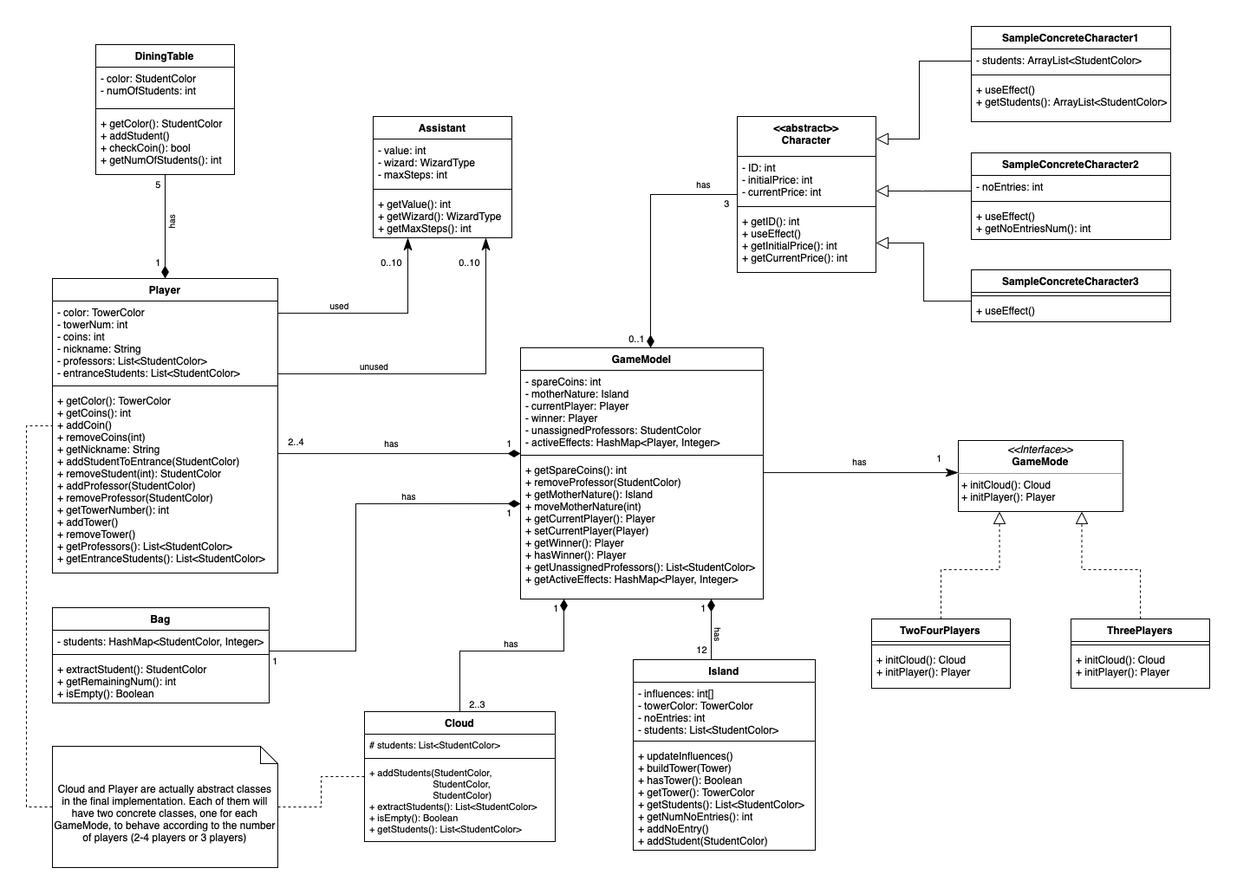
Dodo0303/ing-sw-2022-Liu-Nobile-Paloscia keeps this draw.io diagram as deliveries/initial_uml.png. Above is the earlier version. Source tidied: cells renumbered, new cells last; positions are measured from the earlier drawing's top-left corner, leaving out a move shared by most shapes.
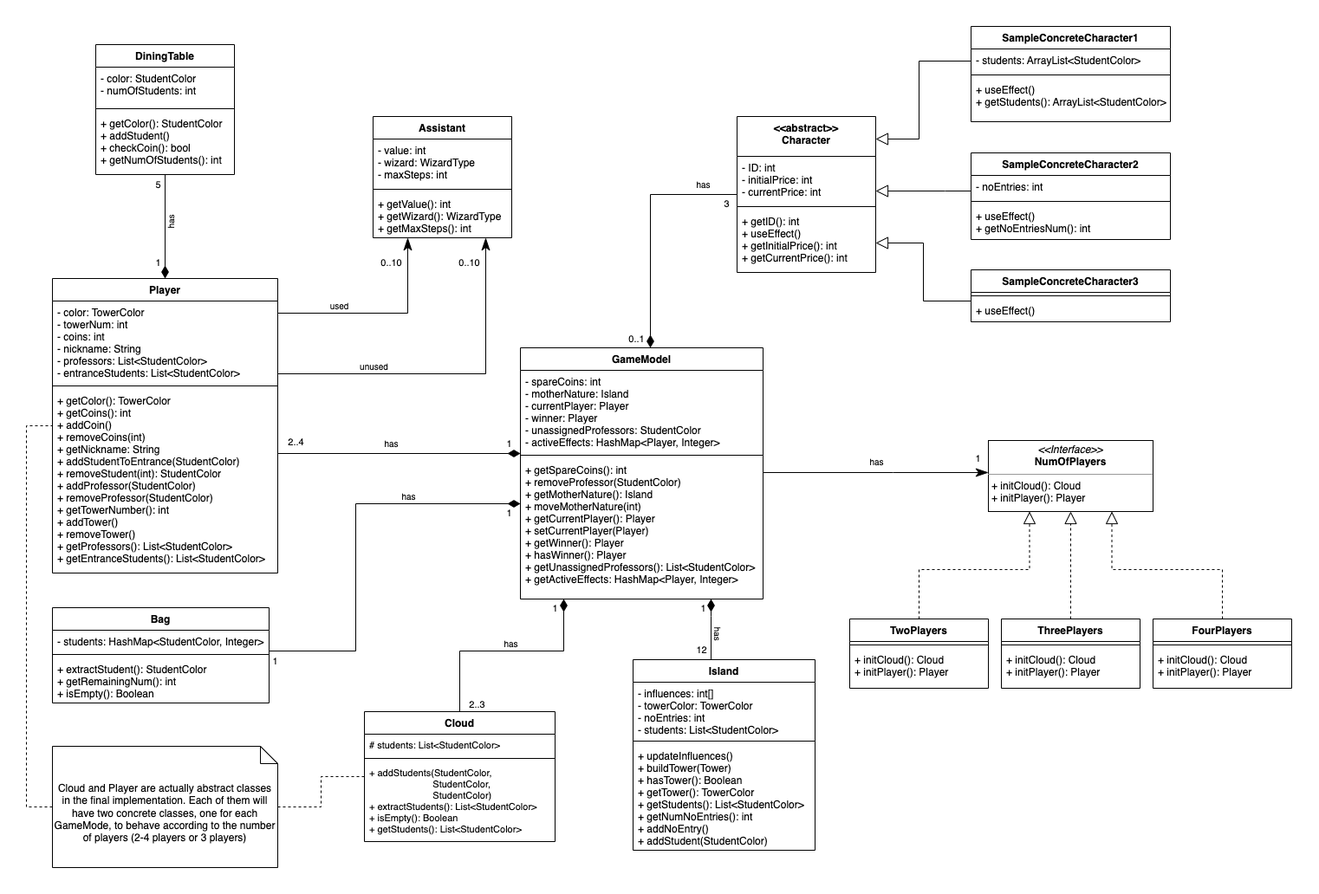
Above is the later version.

Diff of the diagram source:
```diff
@@ -137,14 +137,14 @@
         </Array>
       </mxGeometry>
     </mxCell>
-    <mxCell id="35" value="&lt;p style=&quot;margin: 0px ; margin-top: 4px ; text-align: center&quot;&gt;&lt;i&gt;&amp;lt;&amp;lt;Interface&amp;gt;&amp;gt;&lt;/i&gt;&lt;br&gt;&lt;b&gt;GameMode&lt;/b&gt;&lt;/p&gt;&lt;hr size=&quot;1&quot;&gt;&lt;p style=&quot;margin: 0px ; margin-left: 4px&quot;&gt;&lt;/p&gt;&lt;p style=&quot;margin: 0px ; margin-left: 4px&quot;&gt;+ initCloud(): Cloud&lt;/p&gt;&lt;p style=&quot;margin: 0px ; margin-left: 4px&quot;&gt;+ initPlayer(): Player&lt;/p&gt;" style="verticalAlign=top;align=left;overflow=fill;fontSize=12;fontFamily=Helvetica;html=1;" parent="1" vertex="1">
-      <mxGeometry x="1075" y="478" width="190" height="82" as="geometry" />
+    <mxCell id="35" value="&lt;p style=&quot;margin: 0px ; margin-top: 4px ; text-align: center&quot;&gt;&lt;i&gt;&amp;lt;&amp;lt;Interface&amp;gt;&amp;gt;&lt;/i&gt;&lt;br&gt;&lt;b&gt;NumOfPlayers&lt;/b&gt;&lt;/p&gt;&lt;hr size=&quot;1&quot;&gt;&lt;p style=&quot;margin: 0px ; margin-left: 4px&quot;&gt;&lt;/p&gt;&lt;p style=&quot;margin: 0px ; margin-left: 4px&quot;&gt;+ initCloud(): Cloud&lt;/p&gt;&lt;p style=&quot;margin: 0px ; margin-left: 4px&quot;&gt;+ initPlayer(): Player&lt;/p&gt;" style="verticalAlign=top;align=left;overflow=fill;fontSize=12;fontFamily=Helvetica;html=1;" parent="1" vertex="1">
+      <mxGeometry x="1110" y="478" width="190" height="82" as="geometry" />
     </mxCell>
     <mxCell id="36" style="edgeStyle=orthogonalEdgeStyle;rounded=0;jettySize=auto;html=1;exitX=0.5;exitY=0;exitDx=0;exitDy=0;entryX=0.25;entryY=1;entryDx=0;entryDy=0;endArrow=block;endFill=0;strokeColor=default;strokeWidth=1;dashed=1;endSize=12;targetPerimeterSpacing=0;" parent="1" edge="1" source="37" target="35">
       <mxGeometry relative="1" as="geometry" />
     </mxCell>
-    <mxCell id="37" value="TwoFourPlayers" style="swimlane;fontStyle=1;align=center;verticalAlign=top;horizontal=1;startSize=26;" parent="1" vertex="1">
-      <mxGeometry x="975" y="684" width="160" height="80" as="geometry" />
+    <mxCell id="37" value="TwoPlayers" style="swimlane;fontStyle=1;align=center;verticalAlign=top;horizontal=1;startSize=26;" parent="1" vertex="1">
+      <mxGeometry x="950" y="684" width="160" height="80" as="geometry" />
     </mxCell>
     <mxCell id="38" style="line;strokeWidth=1;fillColor=none;align=left;verticalAlign=middle;spacingTop=-1;spacingLeft=3;spacingRight=3;labelPosition=right;" parent="37" vertex="1">
       <mxGeometry y="26" width="160" height="8" as="geometry" />
@@ -155,8 +155,8 @@
     <mxCell id="40" style="edgeStyle=orthogonalEdgeStyle;rounded=0;jettySize=auto;html=1;exitX=0.5;exitY=0;exitDx=0;exitDy=0;entryX=0.75;entryY=1;entryDx=0;entryDy=0;endArrow=block;endFill=0;strokeColor=default;strokeWidth=1;dashed=1;endSize=12;" parent="1" edge="1" source="41" target="35">
       <mxGeometry relative="1" as="geometry" />
     </mxCell>
-    <mxCell id="41" value="ThreePlayers" style="swimlane;fontStyle=1;align=center;verticalAlign=top;horizontal=1;startSize=26;" parent="1" vertex="1">
-      <mxGeometry x="1205" y="684" width="160" height="80" as="geometry" />
+    <mxCell id="41" value="FourPlayers" style="swimlane;fontStyle=1;align=center;verticalAlign=top;horizontal=1;startSize=26;" parent="1" vertex="1">
+      <mxGeometry x="1300" y="684" width="160" height="80" as="geometry" />
     </mxCell>
     <mxCell id="42" style="line;strokeWidth=1;fillColor=none;align=left;verticalAlign=middle;spacingTop=-1;spacingLeft=3;spacingRight=3;labelPosition=right;" parent="41" vertex="1">
       <mxGeometry y="26" width="160" height="8" as="geometry" />
@@ -285,7 +285,7 @@
       <mxGeometry y="34" width="230" height="26" as="geometry" />
     </mxCell>
     <mxCell id="71" value="1" style="edgeLabel;html=1;align=center;verticalAlign=middle;fontSize=11;" parent="1" vertex="1">
-      <mxGeometry x="1055" y="501" as="geometry">
+      <mxGeometry x="1100" y="501" as="geometry">
         <mxPoint x="-3" y="-3" as="offset" />
       </mxGeometry>
     </mxCell>
@@ -364,7 +364,19 @@
       <mxGeometry x="30" y="831" width="260" height="140" as="geometry" />
     </mxCell>
     <mxCell id="92" value="has" style="edgeLabel;html=1;align=center;verticalAlign=middle;fontSize=10;" parent="1" vertex="1">
-      <mxGeometry x="960" y="501" as="geometry" />
+      <mxGeometry x="980" y="501" as="geometry" />
     </mxCell>
+    <mxCell id="93" style="edgeStyle=orthogonalEdgeStyle;rounded=0;jettySize=auto;html=1;exitX=0.5;exitY=0;exitDx=0;exitDy=0;endArrow=block;endFill=0;dashed=1;endSize=12;" parent="1" edge="1" source="94" target="35">
+      <mxGeometry relative="1" as="geometry" />
+    </mxCell>
+    <mxCell id="94" value="ThreePlayers" style="swimlane;fontStyle=1;align=center;verticalAlign=top;horizontal=1;startSize=26;" parent="1" vertex="1">
+      <mxGeometry x="1125" y="684" width="160" height="80" as="geometry" />
+    </mxCell>
+    <mxCell id="95" style="line;strokeWidth=1;fillColor=none;align=left;verticalAlign=middle;spacingTop=-1;spacingLeft=3;spacingRight=3;labelPosition=right;" parent="94" vertex="1">
+      <mxGeometry y="26" width="160" height="8" as="geometry" />
+    </mxCell>
+    <mxCell id="96" value="+ initCloud(): Cloud&#10;+ initPlayer(): Player" style="text;strokeColor=none;fillColor=none;align=left;verticalAlign=top;spacingLeft=4;spacingRight=4;overflow=hidden;" parent="94" vertex="1">
+      <mxGeometry y="34" width="160" height="46" as="geometry" />
+    </mxCell>
   </root>
 </mxGraphModel>
```
